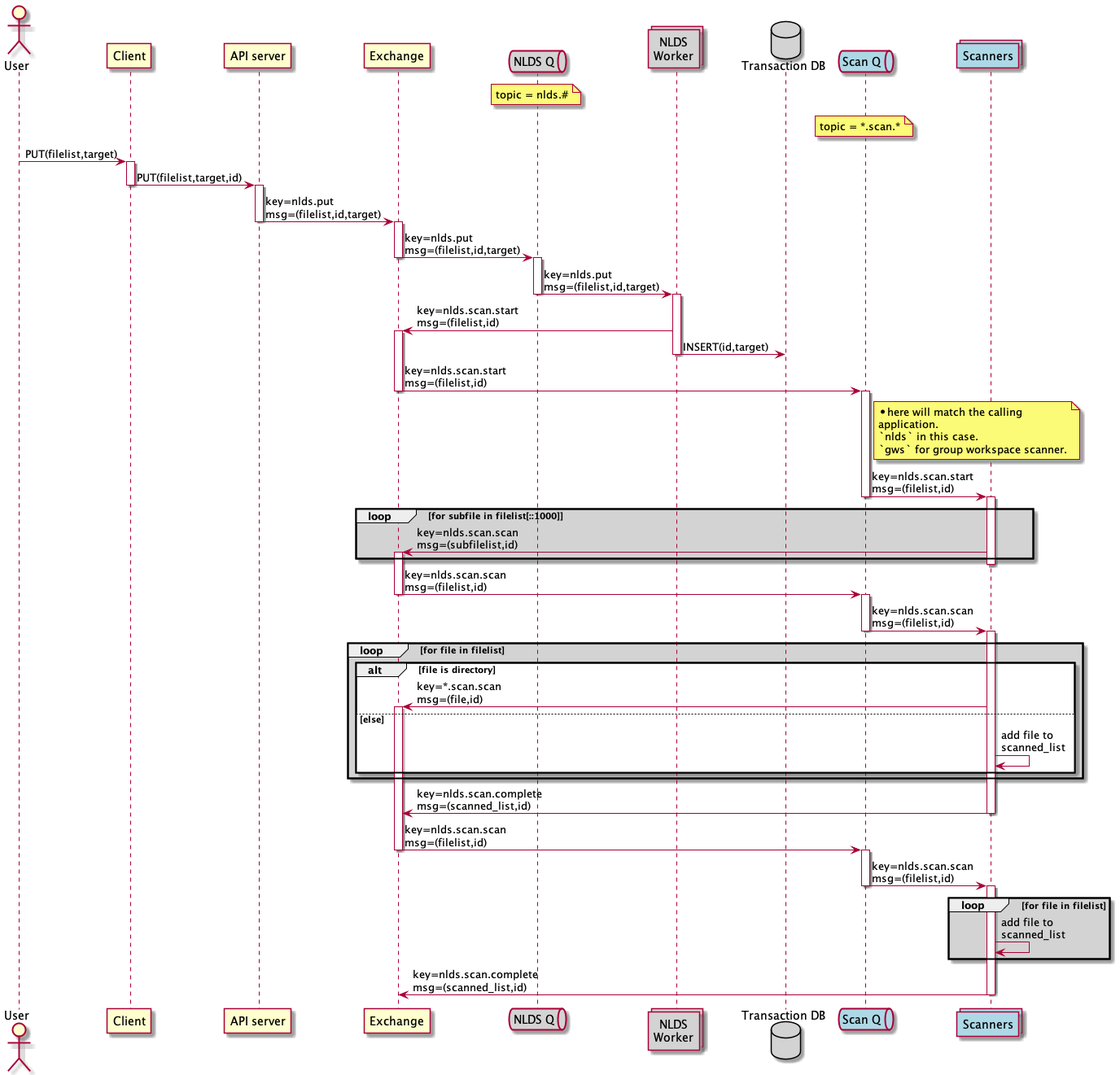
Earlier version of the PlantUML export doc/uml/message_flow_put.png (cedadev/nlds).
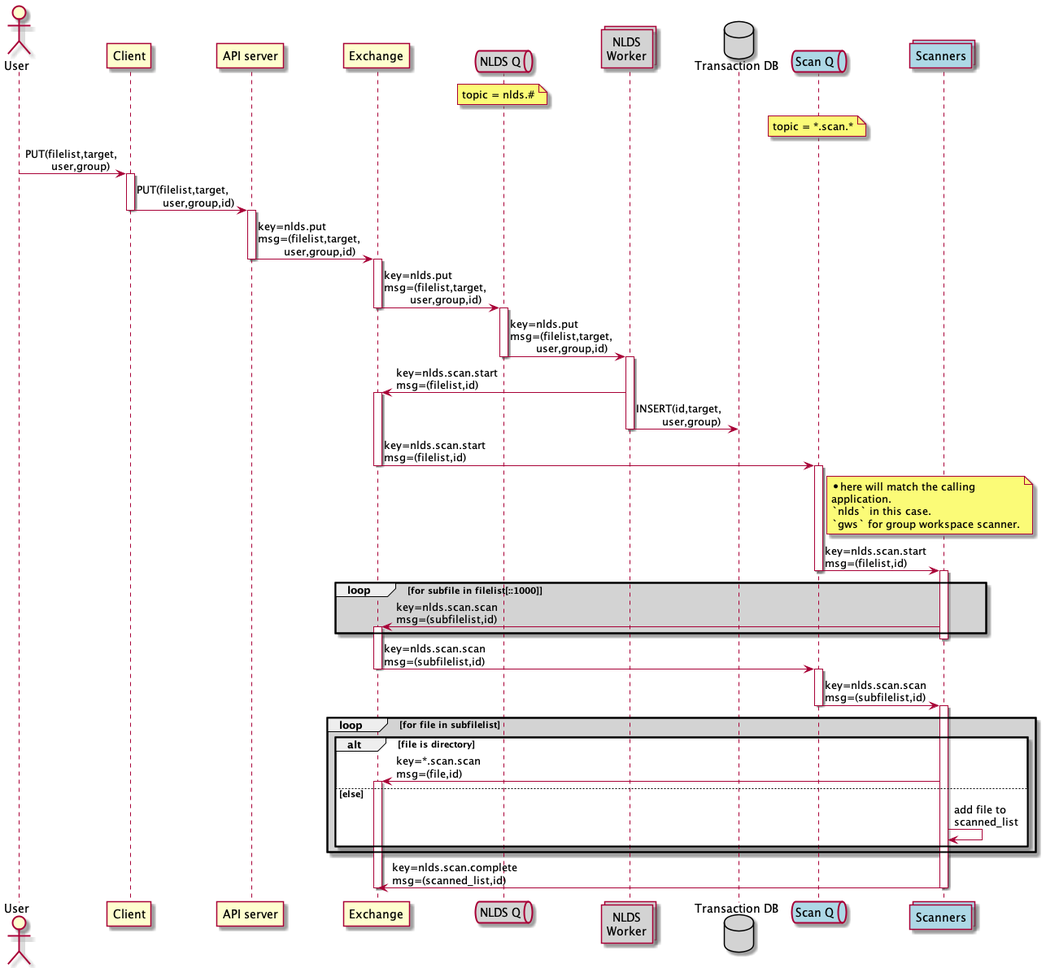
Above is the later version.

Commit message:
Updated message flow again

The edit, as a diff of the source:
```diff
@@ -18,24 +18,24 @@
 end note
 collections scan as "Scanners" #lightblue
 
-user -> client : PUT(filelist,target)
+user -> client : PUT(filelist,target,\n\tuser,group)
 activate client
-client -> server : PUT(filelist,target,id)
+client -> server : PUT(filelist,target,\n\tuser,group,id)
 deactivate client
 activate server
-server -> wex : key=nlds.put\nmsg=(filelist,id,target)
+server -> wex : key=nlds.put\nmsg=(filelist,target,\n\tuser,group,id)
 deactivate server
 activate wex
-wex -> qw : key=nlds.put\nmsg=(filelist,id,target)
+wex -> qw : key=nlds.put\nmsg=(filelist,target,\n\tuser,group,id)
 deactivate wex
 activate qw
-qw -> work : key=nlds.put\nmsg=(filelist,id,target)
+qw -> work : key=nlds.put\nmsg=(filelist,target,\n\tuser,group,id)
 deactivate qw
 
 activate work
 work -> wex : key=nlds.scan.start\nmsg=(filelist,id)
 activate wex
-work -> iddb : INSERT(id,target)
+work -> iddb : INSERT(id,target,\n\tuser,group)
 deactivate work
 wex -> qs : key=nlds.scan.start\nmsg=(filelist,id)
 deactivate wex
@@ -54,13 +54,13 @@
     activate wex
 end
 deactivate scan
-wex -> qs : key=nlds.scan.scan\nmsg=(filelist,id)
+wex -> qs : key=nlds.scan.scan\nmsg=(subfilelist,id)
 deactivate wex
 activate qs
-qs -> scan : key=nlds.scan.scan\nmsg=(filelist,id)
+qs -> scan : key=nlds.scan.scan\nmsg=(subfilelist,id)
 deactivate qs
 activate scan
-loop #lightgrey for file in filelist
+loop #lightgrey for file in subfilelist
     alt file is directory
         scan -> wex : key=*.scan.scan\nmsg=(file,id)
         activate wex
@@ -70,15 +70,5 @@
 end
 scan -> wex : key=nlds.scan.complete\nmsg=(scanned_list,id)
 deactivate scan
-wex -> qs : key=nlds.scan.scan\nmsg=(filelist,id)
 deactivate wex
-activate qs
-qs -> scan : key=nlds.scan.scan\nmsg=(filelist,id)
-deactivate qs
-activate scan
-loop #lightgrey for file in filelist
-    scan -> scan : add file to\nscanned_list
-end
-scan -> wex : key=nlds.scan.complete\nmsg=(scanned_list,id)
-deactivate scan
 @enduml
```
